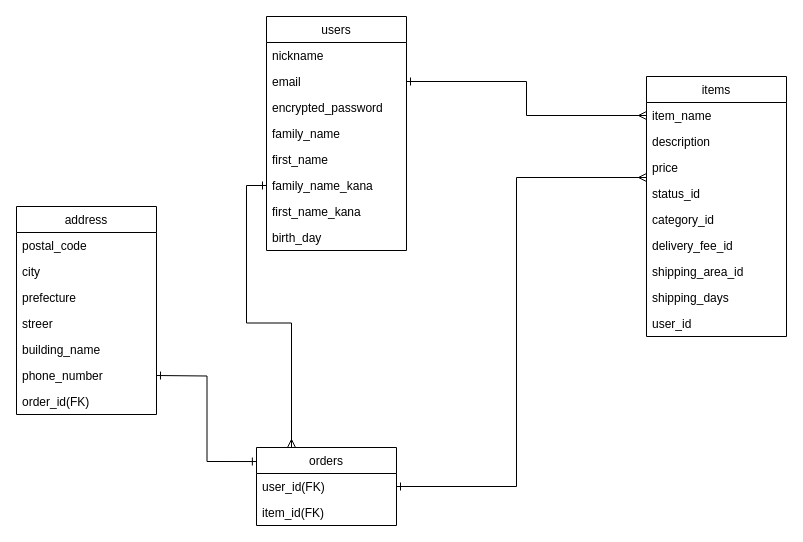
Earlier version of the draw.io diagram furima.ER/furima.dio (hashimo1216/furima-36574). Source tidied: cells renumbered, new cells numbered last; positions are measured from the earlier drawing's top-left corner, leaving out a move shared by most shapes. Both pictures are drawn from the tidied source at 100%, with x=0, y=0 at pixel (16, 16).
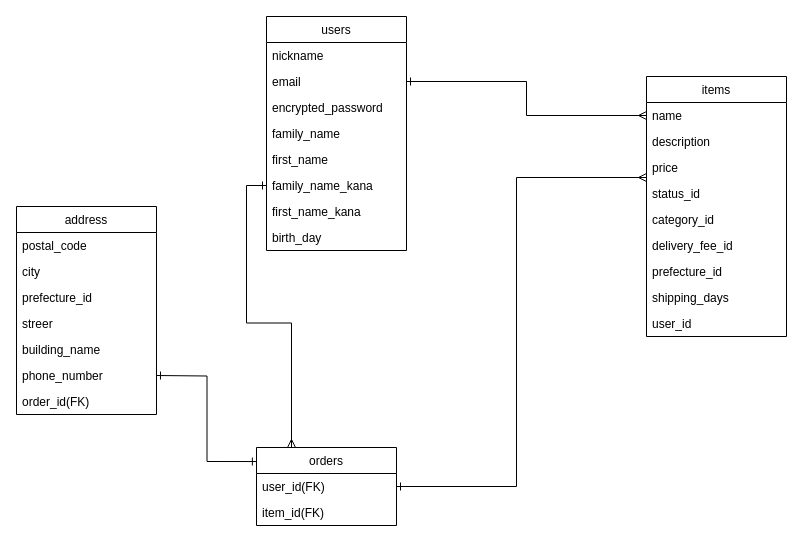
The same page after the edit.

The change refers to these unchanged cells:
```xml
<mxCell id="11" value="items" style="swimlane;fontStyle=0;horizontal=1;startSize=26;" parent="1" vertex="1">
  <mxGeometry x="630" y="60" width="140" height="260" as="geometry" />
</mxCell>
<mxCell id="26" value="address" style="swimlane;fontStyle=0;horizontal=1;startSize=26;" parent="1" vertex="1">
  <mxGeometry y="190" width="140" height="208" as="geometry" />
</mxCell>
```

Change to the diagram source:
```diff
@@
-    <mxCell id="12" value="item_name" style="text;strokeColor=none;fillColor=none;align=left;verticalAlign=top;spacingLeft=4;spacingRight=4;overflow=hidden;points=[[0,0.5],[1,0.5]];portConstraint=eastwest;" parent="11" vertex="1">
+    <mxCell id="12" value="name" style="text;strokeColor=none;fillColor=none;align=left;verticalAlign=top;spacingLeft=4;spacingRight=4;overflow=hidden;points=[[0,0.5],[1,0.5]];portConstraint=eastwest;" parent="11" vertex="1">
       <mxGeometry y="26" width="140" height="26" as="geometry" />
     </mxCell>
@@
-    <mxCell id="18" value="shipping_area_id" style="text;strokeColor=none;fillColor=none;align=left;verticalAlign=top;spacingLeft=4;spacingRight=4;overflow=hidden;" parent="11" vertex="1">
+    <mxCell id="18" value="prefecture_id" style="text;strokeColor=none;fillColor=none;align=left;verticalAlign=top;spacingLeft=4;spacingRight=4;overflow=hidden;" parent="11" vertex="1">
       <mxGeometry y="182" width="140" height="26" as="geometry" />
     </mxCell>
@@
-    <mxCell id="29" value="prefecture" style="text;strokeColor=none;fillColor=none;align=left;verticalAlign=top;spacingLeft=4;spacingRight=4;overflow=hidden;" parent="26" vertex="1">
+    <mxCell id="29" value="prefecture_id" style="text;strokeColor=none;fillColor=none;align=left;verticalAlign=top;spacingLeft=4;spacingRight=4;overflow=hidden;" parent="26" vertex="1">
       <mxGeometry y="78" width="140" height="26" as="geometry" />
     </mxCell>
```
